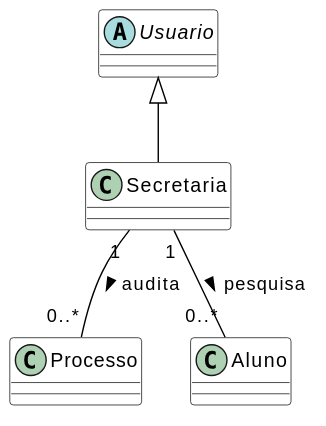
Projetos-de-Extensao/PBE_26.1_8002_III keeps this PlantUML diagram as docs/assets/Diagramas/out/diagrama_classes_secretaria.svg. Above is the earlier version.
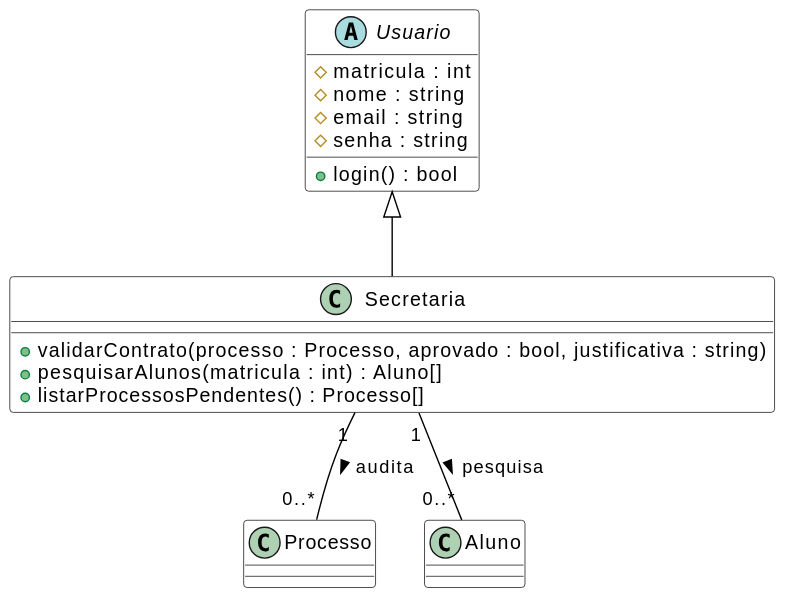
Above is the later version.

Change to the diagram source:
```diff
@@ -6,9 +6,17 @@
 }
 
 abstract class Usuario {
+# matricula : int
+# nome : string
+# email : string
+# senha : string
++ login() : bool
 }
 
 class Secretaria extends Usuario {
++ validarContrato(processo : Processo, aprovado : bool, justificativa : string)
++ pesquisarAlunos(matricula : int) : Aluno[]
++ listarProcessosPendentes() : Processo[]
 }
 
 class Processo {
```
